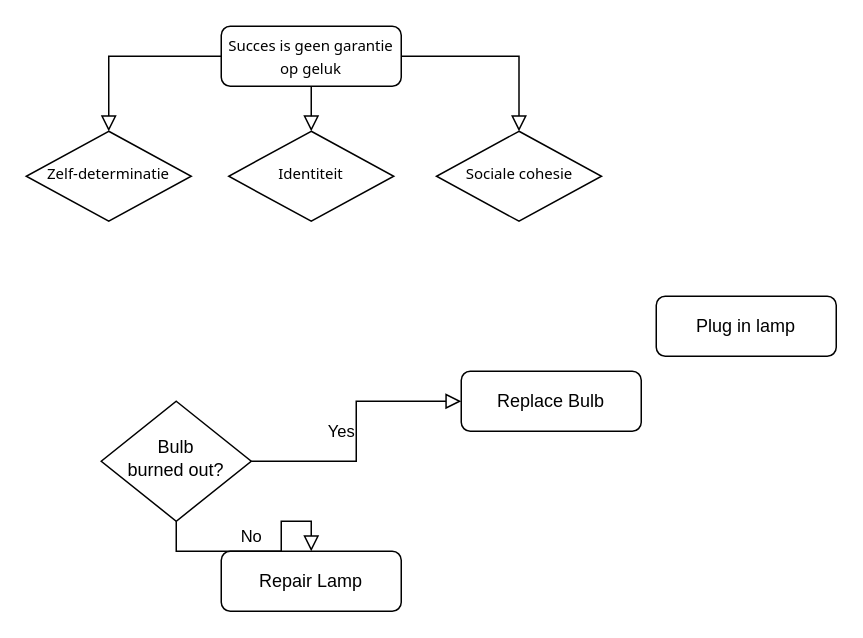
The draw.io diagram Untitled Diagram.drawio in wieberinsma/bdb-drawio, before the edit. Source tidied: cells renumbered, new cells numbered last; positions are measured from the earlier drawing's top-left corner, leaving out a move shared by most shapes. Both pictures are drawn from the tidied source at 150%, with x=0, y=0 at pixel (26, 26).
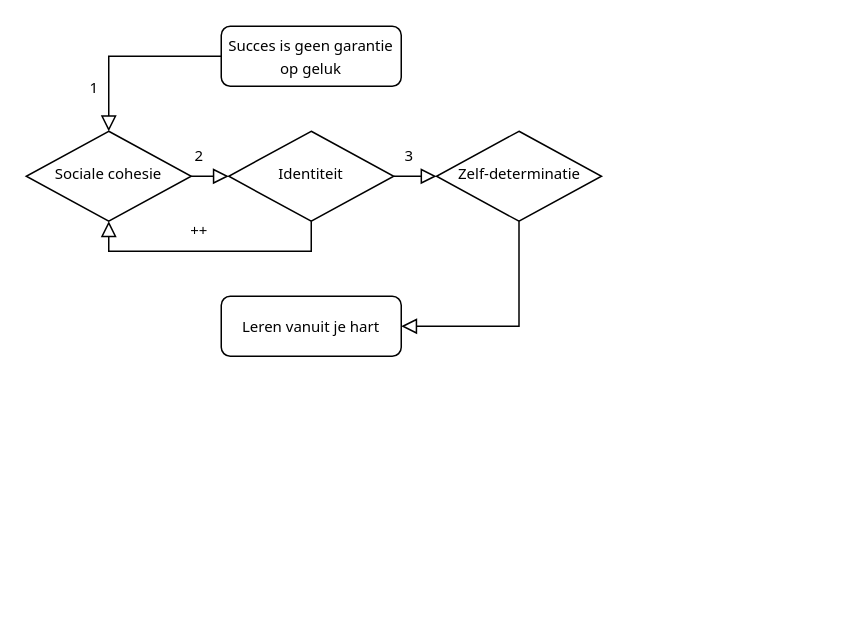
After the change.

What changed in the source:
```diff
@@
 <mxGraphModel>
   <root>
     <mxCell id="0" />
     <mxCell id="1" parent="0" />
-    <mxCell id="2" style="rounded=0;html=1;jettySize=auto;fontSize=11;endArrow=block;endFill=0;endSize=8;strokeWidth=1;shadow=0;labelBackgroundColor=none;edgeStyle=orthogonalEdgeStyle;" parent="1" edge="1" source="3" target="4">
-      <mxGeometry relative="1" as="geometry" />
-    </mxCell>
     <mxCell id="3" value="&lt;font style=&quot;font-size: 10px;&quot; face=&quot;Tahoma&quot;&gt;Succes is geen garantie op geluk&lt;/font&gt;" style="rounded=1;whiteSpace=wrap;html=1;fontSize=12;glass=0;strokeWidth=1;shadow=0;" parent="1" vertex="1">
       <mxGeometry x="130" width="120" height="40" as="geometry" />
     </mxCell>
-    <mxCell id="4" value="&lt;font style=&quot;font-size: 10px;&quot; face=&quot;Tahoma&quot;&gt;Sociale cohesie&lt;/font&gt;" style="rhombus;whiteSpace=wrap;html=1;shadow=0;fontFamily=Helvetica;fontSize=12;align=center;strokeWidth=1;spacing=6;spacingTop=-4;" parent="1" vertex="1">
+    <mxCell id="4" value="&lt;font style=&quot;font-size: 10px;&quot; face=&quot;Tahoma&quot;&gt;Zelf-determinatie&lt;/font&gt;" style="rhombus;whiteSpace=wrap;html=1;shadow=0;fontFamily=Helvetica;fontSize=12;align=center;strokeWidth=1;spacing=6;spacingTop=-4;" parent="1" vertex="1">
       <mxGeometry x="273.5" y="70" width="110" height="60" as="geometry" />
     </mxCell>
-    <mxCell id="5" value="Plug in lamp" style="rounded=1;whiteSpace=wrap;html=1;fontSize=12;glass=0;strokeWidth=1;shadow=0;" parent="1" vertex="1">
-      <mxGeometry x="420" y="180" width="120" height="40" as="geometry" />
-    </mxCell>
-    <mxCell id="6" value="No" style="rounded=0;html=1;jettySize=auto;fontSize=11;endArrow=block;endFill=0;endSize=8;strokeWidth=1;shadow=0;labelBackgroundColor=none;edgeStyle=orthogonalEdgeStyle;" parent="1" edge="1" source="8" target="9">
-      <mxGeometry x="0.33" y="20" relative="1" as="geometry" />
-    </mxCell>
-    <mxCell id="7" value="Yes" style="edgeStyle=orthogonalEdgeStyle;rounded=0;html=1;jettySize=auto;fontSize=11;endArrow=block;endFill=0;endSize=8;strokeWidth=1;shadow=0;labelBackgroundColor=none;" parent="1" edge="1" source="8" target="10">
-      <mxGeometry y="10" relative="1" as="geometry" />
-    </mxCell>
-    <mxCell id="8" value="Bulb&lt;br&gt;burned out?" style="rhombus;whiteSpace=wrap;html=1;shadow=0;fontFamily=Helvetica;fontSize=12;align=center;strokeWidth=1;spacing=6;spacingTop=-4;" parent="1" vertex="1">
-      <mxGeometry x="50" y="250" width="100" height="80" as="geometry" />
-    </mxCell>
-    <mxCell id="9" value="Repair Lamp" style="rounded=1;whiteSpace=wrap;html=1;fontSize=12;glass=0;strokeWidth=1;shadow=0;" parent="1" vertex="1">
-      <mxGeometry x="130" y="350" width="120" height="40" as="geometry" />
-    </mxCell>
-    <mxCell id="10" value="Replace Bulb" style="rounded=1;whiteSpace=wrap;html=1;fontSize=12;glass=0;strokeWidth=1;shadow=0;" parent="1" vertex="1">
-      <mxGeometry x="290" y="230" width="120" height="40" as="geometry" />
-    </mxCell>
     <mxCell id="11" value="&lt;font style=&quot;font-size: 10px;&quot; face=&quot;Tahoma&quot;&gt;Identiteit&lt;/font&gt;" style="rhombus;whiteSpace=wrap;html=1;shadow=0;fontFamily=Helvetica;fontSize=12;align=center;strokeWidth=1;spacing=6;spacingTop=-4;" parent="1" vertex="1">
       <mxGeometry x="135" y="70" width="110" height="60" as="geometry" />
     </mxCell>
-    <mxCell id="12" value="&lt;font style=&quot;font-size: 10px;&quot; face=&quot;Tahoma&quot;&gt;Zelf-determinatie&lt;/font&gt;" style="rhombus;whiteSpace=wrap;html=1;shadow=0;fontFamily=Helvetica;fontSize=12;align=center;strokeWidth=1;spacing=6;spacingTop=-4;" parent="1" vertex="1">
+    <mxCell id="12" value="&lt;font style=&quot;font-size: 10px;&quot; face=&quot;Tahoma&quot;&gt;Sociale cohesie&lt;/font&gt;" style="rhombus;whiteSpace=wrap;html=1;shadow=0;fontFamily=Helvetica;fontSize=12;align=center;strokeWidth=1;spacing=6;spacingTop=-4;" parent="1" vertex="1">
       <mxGeometry y="70" width="110" height="60" as="geometry" />
     </mxCell>
-    <mxCell id="13" style="rounded=0;html=1;jettySize=auto;fontSize=11;endArrow=block;endFill=0;endSize=8;strokeWidth=1;shadow=0;labelBackgroundColor=none;edgeStyle=orthogonalEdgeStyle;exitX=0.5;exitY=1;exitDx=0;exitDy=0;" parent="1" edge="1" source="3" target="11">
-      <mxGeometry relative="1" as="geometry" />
-    </mxCell>
     <mxCell id="14" style="rounded=0;html=1;jettySize=auto;fontSize=11;endArrow=block;endFill=0;endSize=8;strokeWidth=1;shadow=0;labelBackgroundColor=none;edgeStyle=orthogonalEdgeStyle;exitX=0;exitY=0.5;exitDx=0;exitDy=0;" parent="1" edge="1" source="3" target="12">
       <mxGeometry relative="1" as="geometry" />
     </mxCell>
+    <mxCell id="15" value="&lt;font style=&quot;font-size: 10px;&quot; face=&quot;Tahoma&quot;&gt;Leren vanuit je hart&lt;/font&gt;" style="rounded=1;whiteSpace=wrap;html=1;fontSize=12;glass=0;strokeWidth=1;shadow=0;" parent="1" vertex="1">
+      <mxGeometry x="130" y="180" width="120" height="40" as="geometry" />
+    </mxCell>
+    <mxCell id="16" style="rounded=0;html=1;jettySize=auto;fontSize=11;endArrow=block;endFill=0;endSize=8;strokeWidth=1;shadow=0;labelBackgroundColor=none;edgeStyle=orthogonalEdgeStyle;exitX=0.5;exitY=1;exitDx=0;exitDy=0;entryX=1;entryY=0.5;entryDx=0;entryDy=0;" parent="1" edge="1" source="4" target="15">
+      <mxGeometry relative="1" as="geometry" />
+    </mxCell>
+    <mxCell id="17" style="rounded=0;html=1;jettySize=auto;fontSize=11;endArrow=block;endFill=0;endSize=8;strokeWidth=1;shadow=0;labelBackgroundColor=none;edgeStyle=orthogonalEdgeStyle;exitX=1;exitY=0.5;exitDx=0;exitDy=0;entryX=0;entryY=0.5;entryDx=0;entryDy=0;" parent="1" edge="1" source="11" target="4">
+      <mxGeometry relative="1" as="geometry" />
+    </mxCell>
+    <mxCell id="18" style="rounded=0;html=1;jettySize=auto;fontSize=11;endArrow=block;endFill=0;endSize=8;strokeWidth=1;shadow=0;labelBackgroundColor=none;edgeStyle=orthogonalEdgeStyle;exitX=1;exitY=0.5;exitDx=0;exitDy=0;entryX=0;entryY=0.5;entryDx=0;entryDy=0;" parent="1" edge="1" source="12" target="11">
+      <mxGeometry relative="1" as="geometry" />
+    </mxCell>
+    <mxCell id="19" value="1" style="text;html=1;align=center;verticalAlign=middle;strokeColor=none;fillColor=none;fontSize=10;fontFamily=Tahoma;" parent="1" vertex="1">
+      <mxGeometry x="30" y="25" width="30" height="30" as="geometry" />
+    </mxCell>
+    <mxCell id="20" value="2" style="text;html=1;align=center;verticalAlign=middle;strokeColor=none;fillColor=none;fontSize=10;fontFamily=Tahoma;" parent="1" vertex="1">
+      <mxGeometry x="100" y="70" width="30" height="30" as="geometry" />
+    </mxCell>
+    <mxCell id="21" value="3" style="text;html=1;align=center;verticalAlign=middle;strokeColor=none;fillColor=none;fontSize=10;fontFamily=Tahoma;" parent="1" vertex="1">
+      <mxGeometry x="240" y="70" width="30" height="30" as="geometry" />
+    </mxCell>
+    <mxCell id="22" style="rounded=0;html=1;jettySize=auto;fontSize=11;endArrow=block;endFill=0;endSize=8;strokeWidth=1;shadow=0;labelBackgroundColor=none;edgeStyle=orthogonalEdgeStyle;exitX=0.5;exitY=1;exitDx=0;exitDy=0;entryX=0.5;entryY=1;entryDx=0;entryDy=0;" parent="1" edge="1" source="11" target="12">
+      <mxGeometry relative="1" as="geometry" />
+    </mxCell>
+    <mxCell id="23" value="&lt;div&gt;++&lt;/div&gt;" style="text;html=1;align=center;verticalAlign=middle;strokeColor=none;fillColor=none;fontSize=10;fontFamily=Tahoma;" parent="1" vertex="1">
+      <mxGeometry x="95" y="120" width="40" height="30" as="geometry" />
+    </mxCell>
   </root>
 </mxGraphModel>
```
